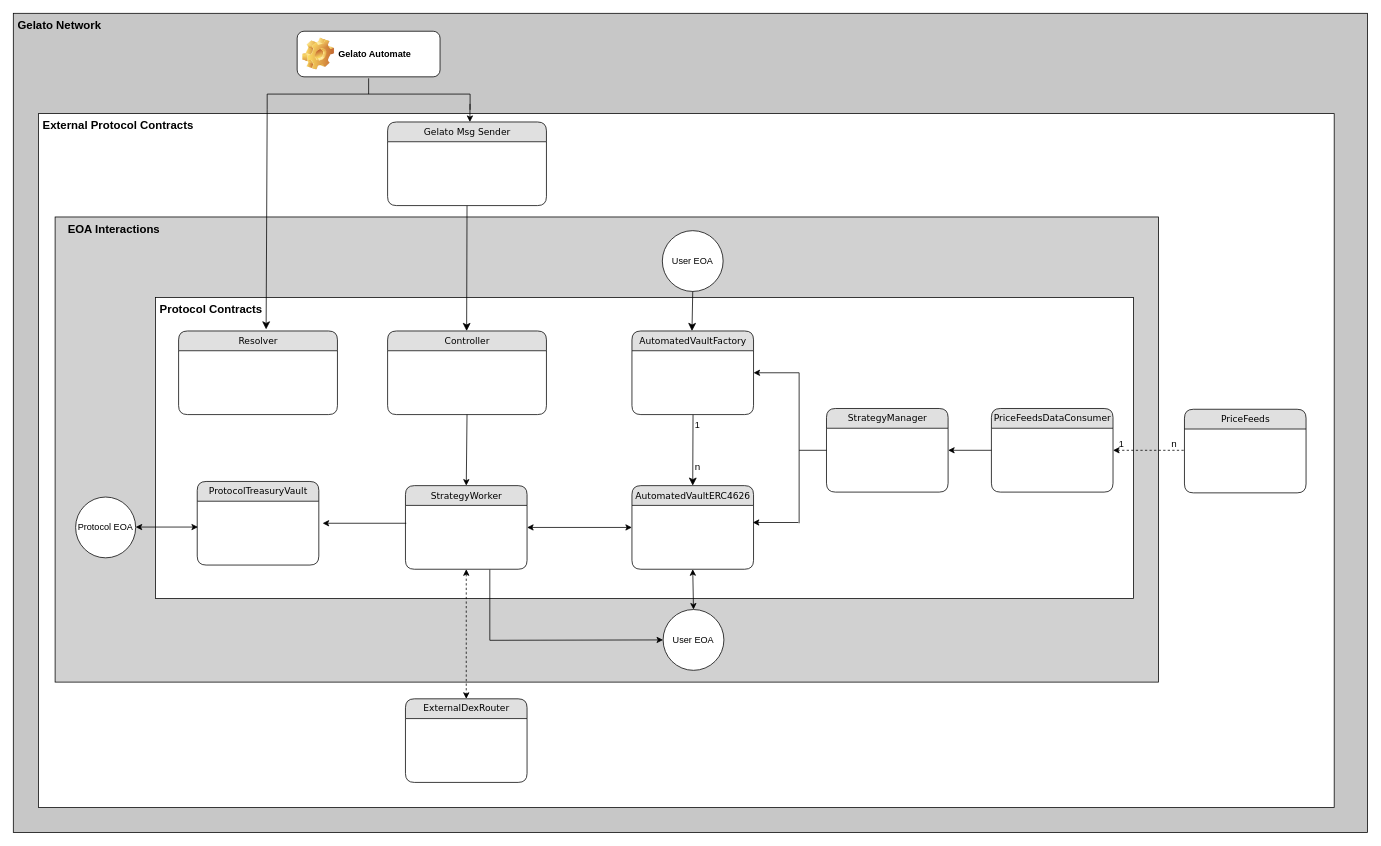
Above: docs/architecture_diagram.drawio in adsvferreira/ERC4626-DCA-Vaults (draw.io), before the change. Source tidied: cells renumbered, new cells numbered last; positions are measured from the earlier drawing's top-left corner, leaving out a move shared by most shapes. Both pictures are drawn from the tidied source at 76%, with x=0, y=0 at pixel (13, -8).
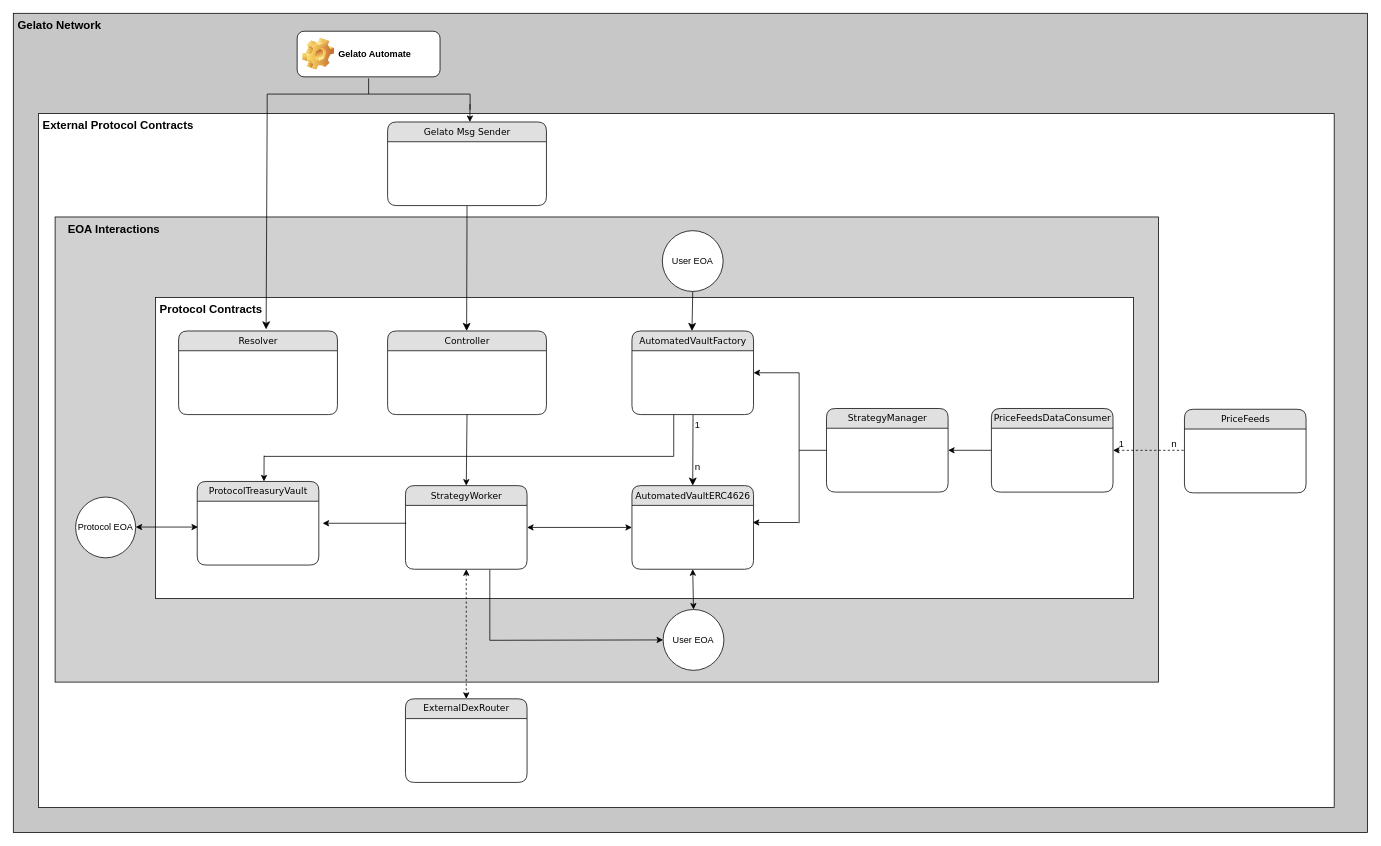
The same page after the edit.

Commit message (it also covers changes not shown here):
:hammer: add missing connection to diagrams

Unchanged cells that the change refers to:
```xml
<mxCell id="5" style="rounded=0;whiteSpace=wrap;html=1;" parent="1" vertex="1">
  <mxGeometry x="187" y="401" width="1287" height="396" as="geometry" />
</mxCell>
```

Diff of the diagram source:
```diff
@@
+    <mxCell id="49" style="endArrow=none;html=1;rounded=0;" parent="1" edge="1">
+      <mxGeometry relative="1" as="geometry">
+        <mxPoint x="869" y="610" as="sourcePoint" />
+        <mxPoint x="869" y="555" as="targetPoint" />
+      </mxGeometry>
+    </mxCell>
+    <mxCell id="50" style="endArrow=none;html=1;rounded=0;" parent="1" edge="1">
+      <mxGeometry relative="1" as="geometry">
+        <mxPoint x="330" y="610" as="sourcePoint" />
+        <mxPoint x="869" y="610" as="targetPoint" />
+      </mxGeometry>
+    </mxCell>
+    <mxCell id="51" style="endArrow=classic;html=1;rounded=0;entryX=0.111;entryY=0.611;entryDx=0;entryDy=0;entryPerimeter=0;" parent="1" edge="1" target="5">
+      <mxGeometry relative="1" as="geometry">
+        <mxPoint x="330" y="609" as="sourcePoint" />
+      </mxGeometry>
+    </mxCell>
```
